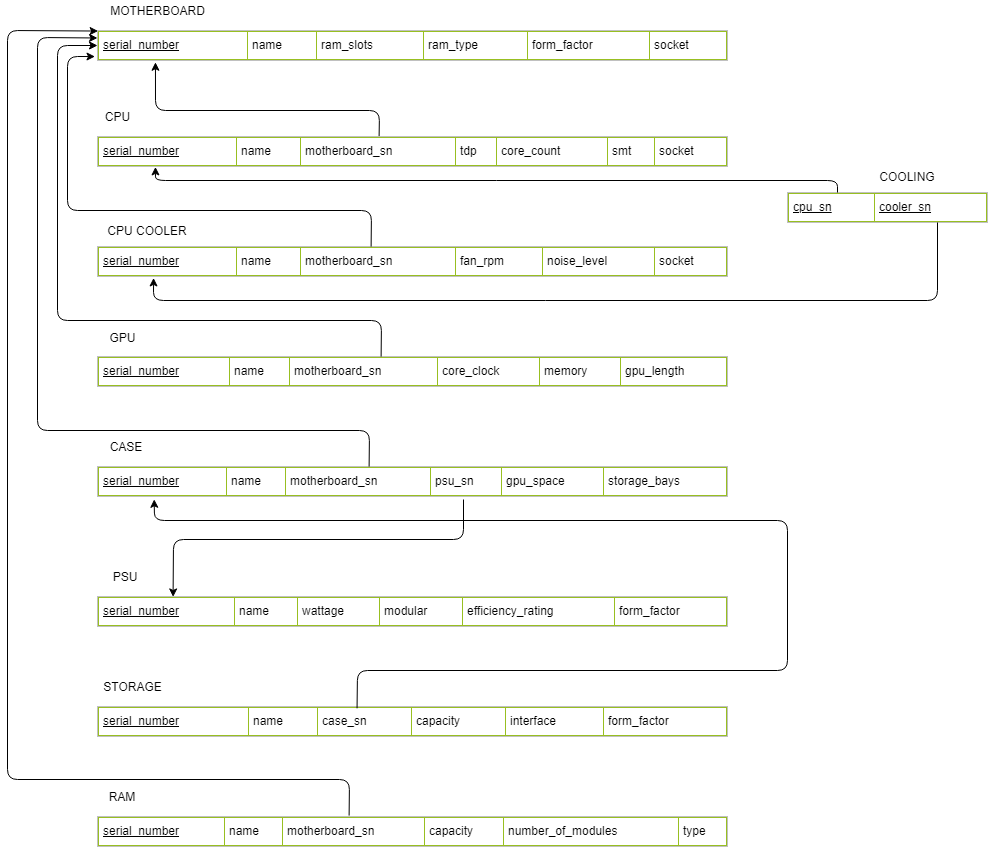
ciarancoady98/Information-Management-II keeps this draw.io diagram as Relational Schema Diagram.png. Above is the earlier version. Source tidied: cells renumbered, new cells last; positions are measured from the earlier drawing's top-left corner, leaving out a move shared by most shapes.
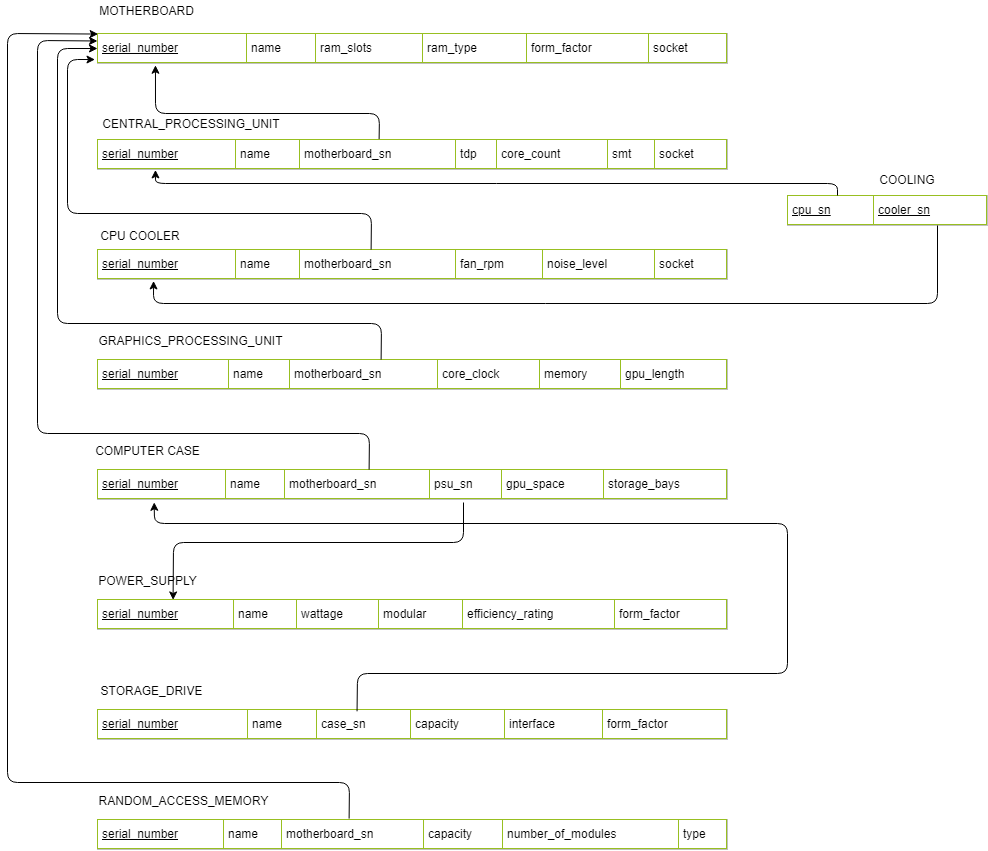
The same diagram one commit later.

Diff of the diagram source:
```diff
@@ -11,44 +11,44 @@
     <mxCell id="4" value="&lt;table border=&quot;1&quot; width=&quot;100%&quot; cellpadding=&quot;4&quot; style=&quot;width: 100% ; height: 100% ; border-collapse: collapse&quot;&gt;&lt;tbody&gt;&lt;tr style=&quot;border: 1px solid #98bf21&quot;&gt;&lt;td&gt;&lt;u&gt;serial_number&lt;/u&gt;&lt;/td&gt;&lt;td&gt;name&lt;/td&gt;&lt;td&gt;motherboard_sn&lt;/td&gt;&lt;td&gt;core_clock&lt;/td&gt;&lt;td&gt;memory&lt;/td&gt;&lt;td&gt;gpu_length&lt;/td&gt;&lt;/tr&gt;&lt;/tbody&gt;&lt;/table&gt;" style="text;html=1;strokeColor=#c0c0c0;fillColor=#ffffff;overflow=fill;rounded=0;" parent="1" vertex="1">
       <mxGeometry x="90" y="356" width="630" height="30" as="geometry" />
     </mxCell>
-    <mxCell id="5" value="CPU&lt;span style=&quot;color: rgba(0 , 0 , 0 , 0) ; font-family: monospace ; font-size: 0px ; white-space: nowrap&quot;&gt;%3CmxGraphModel%3E%3Croot%3E%3CmxCell%20id%3D%220%22%2F%3E%3CmxCell%20id%3D%221%22%20parent%3D%220%22%2F%3E%3CmxCell%20id%3D%222%22%20value%3D%22%26lt%3Btable%20border%3D%26quot%3B1%26quot%3B%20width%3D%26quot%3B100%25%26quot%3B%20cellpadding%3D%26quot%3B4%26quot%3B%20style%3D%26quot%3Bwidth%3A%20100%25%20%3B%20height%3A%20100%25%20%3B%20border-collapse%3A%20collapse%26quot%3B%26gt%3B%26lt%3Btbody%26gt%3B%26lt%3Btr%20style%3D%26quot%3Bborder%3A%201px%20solid%20%2398bf21%26quot%3B%26gt%3B%26lt%3Btd%26gt%3BSerial%20Number%26lt%3B%2Ftd%26gt%3B%26lt%3Btd%26gt%3BName%26lt%3B%2Ftd%26gt%3B%26lt%3Btd%26gt%3BMotherbaord%20sn%26lt%3B%2Ftd%26gt%3B%26lt%3Btd%26gt%3BFan%20Rpm%26lt%3B%2Ftd%26gt%3B%26lt%3Btd%26gt%3BNoise%20Level%26lt%3B%2Ftd%26gt%3B%26lt%3Btd%26gt%3BSocket%26lt%3B%2Ftd%26gt%3B%26lt%3B%2Ftr%26gt%3B%26lt%3B%2Ftbody%26gt%3B%26lt%3B%2Ftable%26gt%3B%22%20style%3D%22text%3Bhtml%3D1%3BstrokeColor%3D%23c0c0c0%3BfillColor%3D%23ffffff%3Boverflow%3Dfill%3Brounded%3D0%3B%22%20vertex%3D%221%22%20parent%3D%221%22%3E%3CmxGeometry%20x%3D%2270%22%20y%3D%22180%22%20width%3D%22630%22%20height%3D%2230%22%20as%3D%22geometry%22%2F%3E%3C%2FmxCell%3E%3C%2Froot%3E%3C%2FmxGraphModel%3E&lt;/span&gt;" style="text;html=1;strokeColor=none;fillColor=none;align=center;verticalAlign=middle;whiteSpace=wrap;rounded=0;" parent="1" vertex="1">
-      <mxGeometry x="90" y="106" width="40" height="20" as="geometry" />
+    <mxCell id="5" value="CENTRAL_PROCESSING_UNIT" style="text;html=1;strokeColor=none;fillColor=none;align=center;verticalAlign=middle;whiteSpace=wrap;rounded=0;" parent="1" vertex="1">
+      <mxGeometry x="79" y="110" width="210" height="20" as="geometry" />
     </mxCell>
     <mxCell id="6" value="CPU COOLER&lt;span style=&quot;color: rgba(0 , 0 , 0 , 0) ; font-family: monospace ; font-size: 0px ; white-space: nowrap&quot;&gt;3CmxGraphModel%3E%3Croot%3E%3CmxCell%20id%3D%220%22%2F%3E%3CmxCell%20id%3D%221%22%20parent%3D%220%22%2F%3E%3CmxCell%20id%3D%222%22%20value%3D%22%26lt%3Btable%20border%3D%26quot%3B1%26quot%3B%20width%3D%26quot%3B100%25%26quot%3B%20cellpadding%3D%26quot%3B4%26quot%3B%20style%3D%26quot%3Bwidth%3A%20100%25%20%3B%20height%3A%20100%25%20%3B%20border-collapse%3A%20collapse%26quot%3B%26gt%3B%26lt%3Btbody%26gt%3B%26lt%3Btr%20style%3D%26quot%3Bborder%3A%201px%20solid%20%2398bf21%26quot%3B%26gt%3B%26lt%3Btd%26gt%3BSerial%20Number%26lt%3B%2Ftd%26gt%3B%26lt%3Btd%26gt%3BName%26lt%3B%2Ftd%26gt%3B%26lt%3Btd%26gt%3BMotherbaord%20sn%26lt%3B%2Ftd%26gt%3B%26lt%3Btd%26gt%3BFan%20Rpm%26lt%3B%2Ftd%26gt%3B%26lt%3Btd%26gt%3BNoise%20Level%26lt%3B%2Ftd%26gt%3B%26lt%3Btd%26gt%3BSocket%26lt%3B%2Ftd%26gt%3B%26lt%3B%2Ftr%26gt%3B%26lt%3B%2Ftbody%26gt%3B%26lt%3B%2Ftable%26gt%3B%22%20style%3D%22text%3Bhtml%3D1%3BstrokeColor%3D%23c0c0c0%3BfillColor%3D%23ffffff%3Boverflow%3Dfill%3Brounded%3D0%3B%22%20vertex%3D%221%22%20parent%3D%221%22%3E%3CmxGeometry%20x%3D%2270%22%20y%3D%22180%22%20width%3D%22630%22%20height%3D%2230%22%20as%3D%22geometry%22%2F%3E%3C%2FmxCell%3E%3C%2Froot%3E%3C%2FmxGraphModel%3E&amp;nbsp;&lt;/span&gt;" style="text;html=1;strokeColor=none;fillColor=none;align=center;verticalAlign=middle;whiteSpace=wrap;rounded=0;" parent="1" vertex="1">
-      <mxGeometry x="90" y="220" width="100" height="20" as="geometry" />
+      <mxGeometry x="83" y="222" width="100" height="20" as="geometry" />
     </mxCell>
-    <mxCell id="7" value="GPU" style="text;html=1;strokeColor=none;fillColor=none;align=center;verticalAlign=middle;whiteSpace=wrap;rounded=0;" parent="1" vertex="1">
-      <mxGeometry x="80" y="327" width="70" height="20" as="geometry" />
+    <mxCell id="7" value="GRAPHICS_PROCESSING_UNIT" style="text;html=1;strokeColor=none;fillColor=none;align=center;verticalAlign=middle;whiteSpace=wrap;rounded=0;" parent="1" vertex="1">
+      <mxGeometry x="43" y="327" width="280" height="20" as="geometry" />
     </mxCell>
     <mxCell id="8" value="&lt;table border=&quot;1&quot; width=&quot;100%&quot; cellpadding=&quot;4&quot; style=&quot;width: 100% ; height: 100% ; border-collapse: collapse&quot;&gt;&lt;tbody&gt;&lt;tr style=&quot;border: 1px solid #98bf21&quot;&gt;&lt;td&gt;&lt;u&gt;serial_number&lt;/u&gt;&lt;/td&gt;&lt;td&gt;name&lt;/td&gt;&lt;td&gt;motherboard_sn&lt;/td&gt;&lt;td&gt;psu_sn&lt;/td&gt;&lt;td&gt;gpu_space&lt;/td&gt;&lt;td&gt;storage_bays&lt;/td&gt;&lt;/tr&gt;&lt;/tbody&gt;&lt;/table&gt;" style="text;html=1;strokeColor=#c0c0c0;fillColor=#ffffff;overflow=fill;rounded=0;" parent="1" vertex="1">
       <mxGeometry x="90" y="466" width="630" height="30" as="geometry" />
     </mxCell>
-    <mxCell id="9" value="CASE" style="text;html=1;strokeColor=none;fillColor=none;align=center;verticalAlign=middle;whiteSpace=wrap;rounded=0;" parent="1" vertex="1">
-      <mxGeometry x="83" y="436" width="70" height="20" as="geometry" />
+    <mxCell id="9" value="COMPUTER CASE" style="text;html=1;strokeColor=none;fillColor=none;align=center;verticalAlign=middle;whiteSpace=wrap;rounded=0;" parent="1" vertex="1">
+      <mxGeometry x="66.5" y="437" width="147" height="20" as="geometry" />
     </mxCell>
     <mxCell id="10" value="&lt;table border=&quot;1&quot; width=&quot;100%&quot; cellpadding=&quot;4&quot; style=&quot;width: 100% ; height: 100% ; border-collapse: collapse&quot;&gt;&lt;tbody&gt;&lt;tr style=&quot;border: 1px solid #98bf21&quot;&gt;&lt;td&gt;&lt;u&gt;serial_number&lt;/u&gt;&lt;/td&gt;&lt;td&gt;name&lt;/td&gt;&lt;td&gt;wattage&lt;/td&gt;&lt;td&gt;modular&lt;/td&gt;&lt;td&gt;efficiency_rating&lt;/td&gt;&lt;td&gt;form_factor&lt;/td&gt;&lt;/tr&gt;&lt;/tbody&gt;&lt;/table&gt;" style="text;html=1;strokeColor=#c0c0c0;fillColor=#ffffff;overflow=fill;rounded=0;" parent="1" vertex="1">
       <mxGeometry x="90" y="596" width="630" height="30" as="geometry" />
     </mxCell>
-    <mxCell id="11" value="PSU" style="text;html=1;strokeColor=none;fillColor=none;align=center;verticalAlign=middle;whiteSpace=wrap;rounded=0;" parent="1" vertex="1">
-      <mxGeometry x="82" y="566" width="70" height="20" as="geometry" />
+    <mxCell id="11" value="POWER_SUPPLY" style="text;html=1;strokeColor=none;fillColor=none;align=center;verticalAlign=middle;whiteSpace=wrap;rounded=0;" parent="1" vertex="1">
+      <mxGeometry x="105" y="567" width="70" height="20" as="geometry" />
     </mxCell>
     <mxCell id="12" value="&lt;table border=&quot;1&quot; width=&quot;100%&quot; cellpadding=&quot;4&quot; style=&quot;width: 100% ; height: 100% ; border-collapse: collapse&quot;&gt;&lt;tbody&gt;&lt;tr style=&quot;border: 1px solid #98bf21&quot;&gt;&lt;td&gt;&lt;u&gt;serial_number&lt;/u&gt;&lt;/td&gt;&lt;td&gt;name&lt;/td&gt;&lt;td&gt;case_sn&lt;/td&gt;&lt;td&gt;capacity&lt;/td&gt;&lt;td&gt;interface&lt;/td&gt;&lt;td&gt;form_factor&lt;/td&gt;&lt;/tr&gt;&lt;/tbody&gt;&lt;/table&gt;" style="text;html=1;strokeColor=#c0c0c0;fillColor=#ffffff;overflow=fill;rounded=0;" parent="1" vertex="1">
       <mxGeometry x="90" y="706" width="630" height="30" as="geometry" />
     </mxCell>
-    <mxCell id="13" value="STORAGE" style="text;html=1;strokeColor=none;fillColor=none;align=center;verticalAlign=middle;whiteSpace=wrap;rounded=0;" parent="1" vertex="1">
-      <mxGeometry x="90" y="676" width="70" height="20" as="geometry" />
+    <mxCell id="13" value="STORAGE_DRIVE" style="text;html=1;strokeColor=none;fillColor=none;align=center;verticalAlign=middle;whiteSpace=wrap;rounded=0;" parent="1" vertex="1">
+      <mxGeometry x="79" y="677" width="130" height="20" as="geometry" />
     </mxCell>
     <mxCell id="14" value="&lt;table border=&quot;1&quot; width=&quot;100%&quot; cellpadding=&quot;4&quot; style=&quot;width: 100% ; height: 100% ; border-collapse: collapse&quot;&gt;&lt;tbody&gt;&lt;tr style=&quot;border: 1px solid #98bf21&quot;&gt;&lt;td&gt;&lt;u&gt;serial_number&lt;/u&gt;&lt;/td&gt;&lt;td&gt;name&lt;/td&gt;&lt;td&gt;motherboard_sn&lt;/td&gt;&lt;td&gt;capacity&lt;/td&gt;&lt;td&gt;number_of_modules&lt;/td&gt;&lt;td&gt;type&lt;/td&gt;&lt;/tr&gt;&lt;/tbody&gt;&lt;/table&gt;" style="text;html=1;strokeColor=#c0c0c0;fillColor=#ffffff;overflow=fill;rounded=0;" parent="1" vertex="1">
       <mxGeometry x="90" y="816" width="630" height="30" as="geometry" />
     </mxCell>
-    <mxCell id="15" value="RAM" style="text;html=1;strokeColor=none;fillColor=none;align=center;verticalAlign=middle;whiteSpace=wrap;rounded=0;" parent="1" vertex="1">
-      <mxGeometry x="79" y="786" width="70" height="20" as="geometry" />
+    <mxCell id="15" value="RANDOM_ACCESS_MEMORY" style="text;html=1;strokeColor=none;fillColor=none;align=center;verticalAlign=middle;whiteSpace=wrap;rounded=0;" parent="1" vertex="1">
+      <mxGeometry x="90" y="787" width="171" height="20" as="geometry" />
     </mxCell>
     <mxCell id="16" value="&lt;table border=&quot;1&quot; width=&quot;100%&quot; cellpadding=&quot;4&quot; style=&quot;width: 100% ; height: 100% ; border-collapse: collapse&quot;&gt;&lt;tbody&gt;&lt;tr style=&quot;border: 1px solid #98bf21&quot;&gt;&lt;td&gt;&lt;u&gt;serial_number&lt;/u&gt;&lt;/td&gt;&lt;td&gt;name&lt;/td&gt;&lt;td&gt;ram_slots&lt;/td&gt;&lt;td&gt;ram_type&lt;/td&gt;&lt;td&gt;form_factor&lt;/td&gt;&lt;td&gt;socket&lt;/td&gt;&lt;/tr&gt;&lt;/tbody&gt;&lt;/table&gt;" style="text;html=1;strokeColor=#c0c0c0;fillColor=#ffffff;overflow=fill;rounded=0;" parent="1" vertex="1">
       <mxGeometry x="90" y="30" width="630" height="30" as="geometry" />
     </mxCell>
     <mxCell id="17" value="MOTHERBOARD" style="text;html=1;strokeColor=none;fillColor=none;align=center;verticalAlign=middle;whiteSpace=wrap;rounded=0;" parent="1" vertex="1">
-      <mxGeometry x="90" width="120" height="20" as="geometry" />
+      <mxGeometry x="79" y="-3" width="120" height="20" as="geometry" />
     </mxCell>
     <mxCell id="18" value="&lt;table border=&quot;1&quot; width=&quot;100%&quot; cellpadding=&quot;4&quot; style=&quot;width: 100% ; height: 100% ; border-collapse: collapse&quot;&gt;&lt;tbody&gt;&lt;tr style=&quot;border: 1px solid #98bf21&quot;&gt;&lt;td&gt;&lt;u&gt;cpu_sn&lt;/u&gt;&lt;/td&gt;&lt;td&gt;&lt;u&gt;cooler_sn&lt;/u&gt;&lt;/td&gt;&lt;/tr&gt;&lt;/tbody&gt;&lt;/table&gt;" style="text;html=1;strokeColor=#c0c0c0;fillColor=#ffffff;overflow=fill;rounded=0;" parent="1" vertex="1">
       <mxGeometry x="780" y="192" width="200" height="30" as="geometry" />
```
